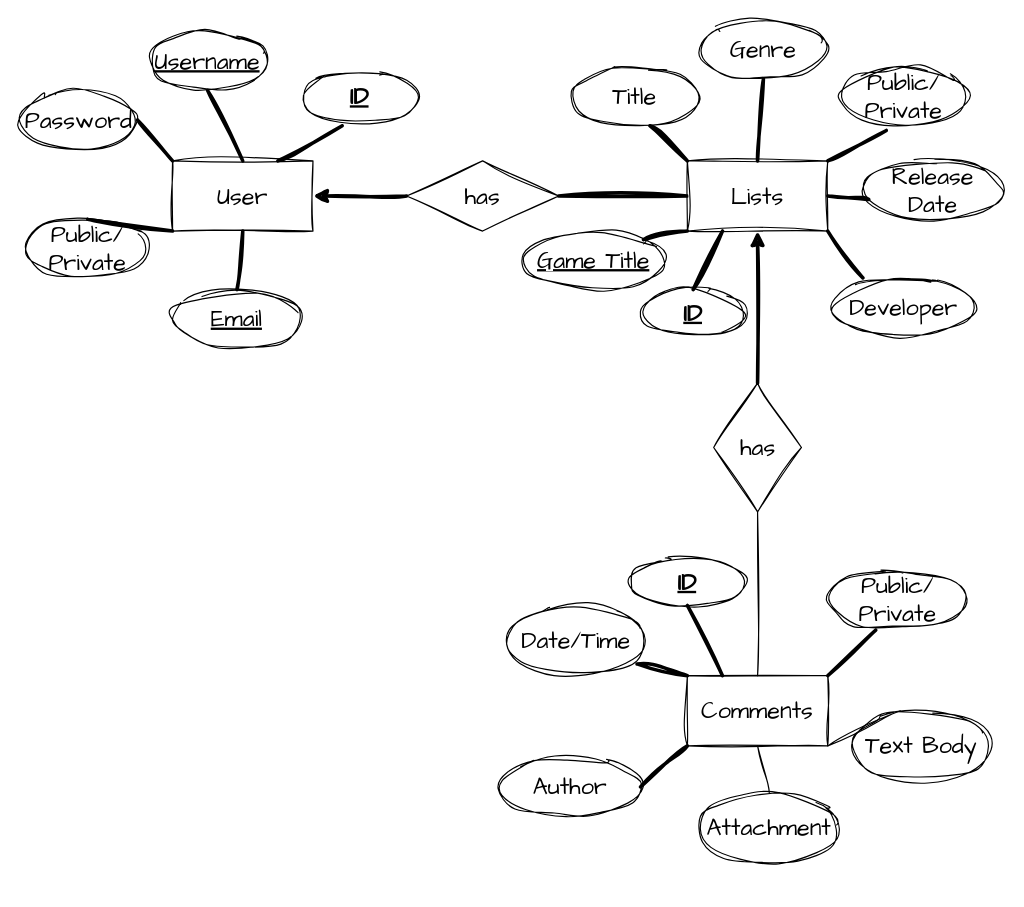
The draw.io diagram zeekERD.drawio in KMoussa33/Zeek, before the edit. Source tidied: cells renumbered, new cells numbered last; positions are measured from the earlier drawing's top-left corner, leaving out a move shared by most shapes. Both pictures are drawn from the tidied source at 117%, with x=0, y=0 at pixel (20, 20).
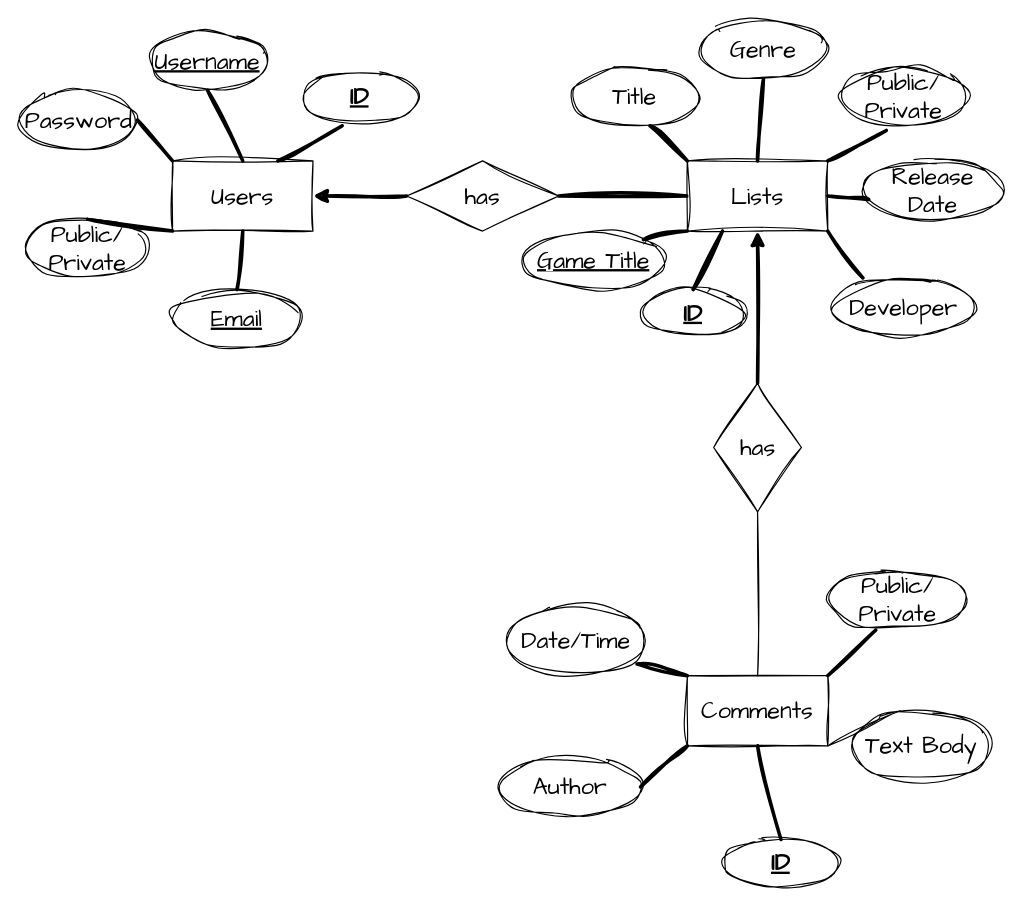
Above is the later version.

Unchanged cells that the change refers to:
```xml
<mxCell id="27" value="Comments" style="rounded=0;whiteSpace=wrap;html=1;sketch=1;hachureGap=4;jiggle=2;curveFitting=1;fontFamily=Architects Daughter;fontSize=20;" parent="1" vertex="1">
  <mxGeometry x="570" y="560" width="120" height="60" as="geometry" />
</mxCell>
```

Change to the diagram source:
```diff
@@
-    <mxCell id="2" value="User" style="rounded=0;whiteSpace=wrap;html=1;sketch=1;hachureGap=4;jiggle=2;curveFitting=1;fontFamily=Architects Daughter;fontSize=20;" parent="1" vertex="1">
+    <mxCell id="2" value="Users" style="rounded=0;whiteSpace=wrap;html=1;sketch=1;hachureGap=4;jiggle=2;curveFitting=1;fontFamily=Architects Daughter;fontSize=20;" parent="1" vertex="1">
       <mxGeometry x="130" y="120" width="120" height="60" as="geometry" />
     </mxCell>
@@
-    <mxCell id="31" value="Attachment" style="ellipse;whiteSpace=wrap;html=1;sketch=1;hachureGap=4;jiggle=2;curveFitting=1;fontFamily=Architects Daughter;fontSize=20;" parent="1" vertex="1">
-      <mxGeometry x="580" y="660" width="120" height="60" as="geometry" />
-    </mxCell>
@@
-    <mxCell id="38" style="endArrow=none;html=1;sketch=1;hachureGap=4;jiggle=2;curveFitting=1;strokeWidth=1;fontFamily=Architects Daughter;fontSize=16;exitX=0.5;exitY=0;exitDx=0;exitDy=0;entryX=0.5;entryY=1;entryDx=0;entryDy=0;" parent="1" edge="1" source="31" target="27">
-      <mxGeometry relative="1" as="geometry" />
-    </mxCell>
@@
     <mxCell id="40" value="&lt;u&gt;&lt;b&gt;ID&lt;/b&gt;&lt;/u&gt;" style="ellipse;whiteSpace=wrap;html=1;sketch=1;hachureGap=4;jiggle=2;curveFitting=1;fontFamily=Architects Daughter;fontSize=20;" parent="1" vertex="1">
-      <mxGeometry x="520" y="460" width="100" height="40" as="geometry" />
+      <mxGeometry x="600" y="700" width="100" height="40" as="geometry" />
     </mxCell>
@@
-    <mxCell id="43" style="endArrow=none;html=1;sketch=1;hachureGap=4;jiggle=2;curveFitting=1;strokeWidth=3;fontFamily=Architects Daughter;fontSize=16;exitX=0.25;exitY=0;exitDx=0;exitDy=0;entryX=0.5;entryY=1;entryDx=0;entryDy=0;" parent="1" edge="1" source="27" target="40">
+    <mxCell id="43" style="endArrow=none;html=1;sketch=1;hachureGap=4;jiggle=2;curveFitting=1;strokeWidth=3;fontFamily=Architects Daughter;fontSize=16;exitX=0.5;exitY=1;exitDx=0;exitDy=0;entryX=0.5;entryY=0;entryDx=0;entryDy=0;" parent="1" edge="1" source="27" target="40">
       <mxGeometry relative="1" as="geometry" />
     </mxCell>
```
